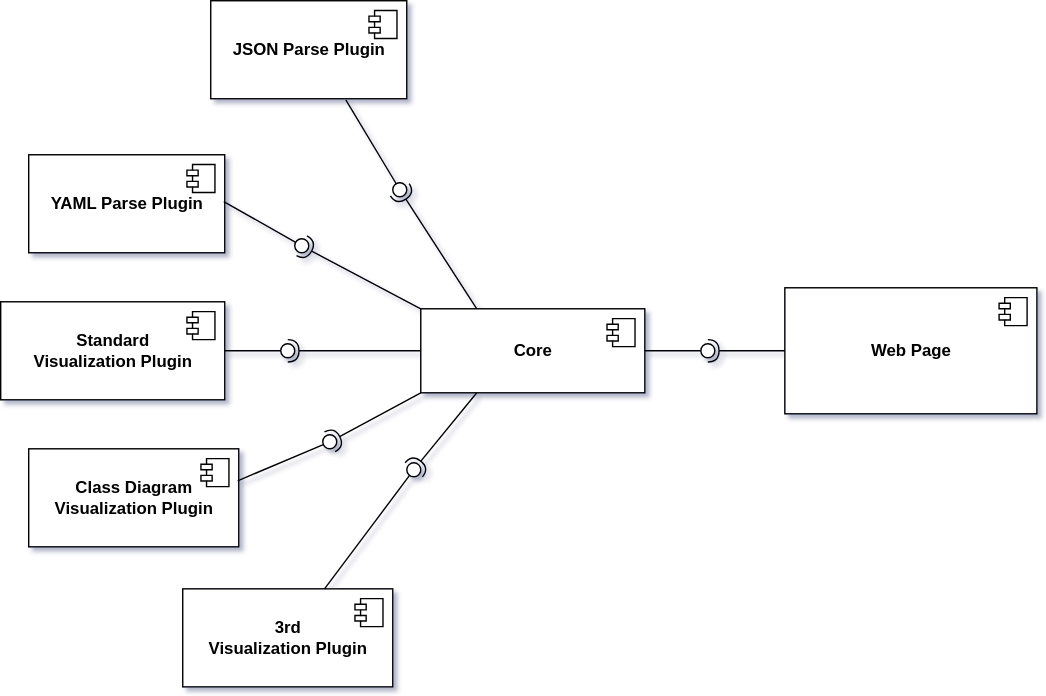
The draw.io diagram docs/component_diagram.drawio.svg in gazdicdanica/SOK, before a commit. Source tidied: cells renumbered, new cells last; positions are measured from the earlier drawing's top-left corner, leaving out a move shared by most shapes. Source of this version:
```xml
<mxGraphModel>
  <root>
    <mxCell id="0" />
    <mxCell id="1" parent="0" />
    <mxCell id="2" value="&lt;b&gt;Core&lt;br&gt;&lt;/b&gt;" style="html=1;" parent="1" vertex="1">
      <mxGeometry x="300" y="220" width="160" height="60" as="geometry" />
    </mxCell>
    <mxCell id="3" style="shape=module;jettyWidth=8;jettyHeight=4;" parent="2" vertex="1">
      <mxGeometry x="1" width="20" height="20" relative="1" as="geometry">
        <mxPoint x="-27" y="7" as="offset" />
      </mxGeometry>
    </mxCell>
    <mxCell id="4" value="&lt;b&gt;JSON Parse Plugin&lt;/b&gt;" style="html=1;" parent="1" vertex="1">
      <mxGeometry x="150" width="140" height="70" as="geometry" />
    </mxCell>
    <mxCell id="5" style="shape=module;jettyWidth=8;jettyHeight=4;" parent="4" vertex="1">
      <mxGeometry x="1" width="20" height="20" relative="1" as="geometry">
        <mxPoint x="-27" y="7" as="offset" />
      </mxGeometry>
    </mxCell>
    <mxCell id="6" value="&lt;b&gt;YAML Parse Plugin&lt;/b&gt;" style="html=1;" parent="1" vertex="1">
      <mxGeometry x="20" y="110" width="140" height="70" as="geometry" />
    </mxCell>
    <mxCell id="7" style="shape=module;jettyWidth=8;jettyHeight=4;" parent="6" vertex="1">
      <mxGeometry x="1" width="20" height="20" relative="1" as="geometry">
        <mxPoint x="-27" y="7" as="offset" />
      </mxGeometry>
    </mxCell>
    <mxCell id="8" value="&lt;b&gt;Standard &lt;br&gt;Visualization Plugin&lt;br&gt;&lt;/b&gt;" style="html=1;" parent="1" vertex="1">
      <mxGeometry y="215" width="160" height="70" as="geometry" />
    </mxCell>
    <mxCell id="9" style="shape=module;jettyWidth=8;jettyHeight=4;" parent="8" vertex="1">
      <mxGeometry x="1" width="20" height="20" relative="1" as="geometry">
        <mxPoint x="-27" y="7" as="offset" />
      </mxGeometry>
    </mxCell>
    <mxCell id="10" value="&lt;b&gt;Class Diagram &lt;br&gt;Visualization Plugin&lt;br&gt;&lt;/b&gt;" style="html=1;" parent="1" vertex="1">
      <mxGeometry x="20" y="320" width="150" height="70" as="geometry" />
    </mxCell>
    <mxCell id="11" style="shape=module;jettyWidth=8;jettyHeight=4;" parent="10" vertex="1">
      <mxGeometry x="1" width="20" height="20" relative="1" as="geometry">
        <mxPoint x="-27" y="7" as="offset" />
      </mxGeometry>
    </mxCell>
    <mxCell id="12" value="&lt;b&gt;3rd&lt;br&gt;Visualization Plugin&lt;br&gt;&lt;/b&gt;" style="html=1;" parent="1" vertex="1">
      <mxGeometry x="130" y="420" width="150" height="70" as="geometry" />
    </mxCell>
    <mxCell id="13" style="shape=module;jettyWidth=8;jettyHeight=4;" parent="12" vertex="1">
      <mxGeometry x="1" width="20" height="20" relative="1" as="geometry">
        <mxPoint x="-27" y="7" as="offset" />
      </mxGeometry>
    </mxCell>
    <mxCell id="14" style="rounded=0;jettySize=auto;html=1;endArrow=none;endFill=0;sketch=0;sourcePerimeterSpacing=0;targetPerimeterSpacing=0;" parent="1" edge="1" source="12" target="16">
      <mxGeometry relative="1" as="geometry" />
    </mxCell>
    <mxCell id="15" style="rounded=0;jettySize=auto;html=1;endArrow=halfCircle;endFill=0;entryX=0.5;entryY=0.5;endSize=6;strokeWidth=1;sketch=0;exitX=0.25;exitY=1;exitDx=0;exitDy=0;" parent="1" edge="1" source="2" target="16">
      <mxGeometry relative="1" as="geometry" />
    </mxCell>
    <mxCell id="16" style="ellipse;whiteSpace=wrap;html=1;align=center;points=[];outlineConnect=0;sketch=0;" parent="1" vertex="1">
      <mxGeometry x="290" y="330" width="10" height="10" as="geometry" />
    </mxCell>
    <mxCell id="17" style="rounded=0;jettySize=auto;html=1;endArrow=none;endFill=0;sketch=0;sourcePerimeterSpacing=0;targetPerimeterSpacing=0;exitX=0.995;exitY=0.326;exitDx=0;exitDy=0;exitPerimeter=0;" parent="1" edge="1" source="10" target="19">
      <mxGeometry relative="1" as="geometry" />
    </mxCell>
    <mxCell id="18" style="rounded=0;jettySize=auto;html=1;endArrow=halfCircle;endFill=0;entryX=0.5;entryY=0.5;endSize=6;strokeWidth=1;sketch=0;exitX=0;exitY=1;exitDx=0;exitDy=0;" parent="1" edge="1" source="2" target="19">
      <mxGeometry relative="1" as="geometry" />
    </mxCell>
    <mxCell id="19" style="ellipse;whiteSpace=wrap;html=1;align=center;points=[];outlineConnect=0;sketch=0;" parent="1" vertex="1">
      <mxGeometry x="230" y="310" width="10" height="10" as="geometry" />
    </mxCell>
    <mxCell id="20" style="rounded=0;jettySize=auto;html=1;endArrow=none;endFill=0;sketch=0;sourcePerimeterSpacing=0;targetPerimeterSpacing=0;exitX=1;exitY=0.5;exitDx=0;exitDy=0;" parent="1" edge="1" source="8" target="22">
      <mxGeometry relative="1" as="geometry" />
    </mxCell>
    <mxCell id="21" style="rounded=0;jettySize=auto;html=1;endArrow=halfCircle;endFill=0;entryX=0.5;entryY=0.5;endSize=6;strokeWidth=1;sketch=0;exitX=0;exitY=0.5;exitDx=0;exitDy=0;" parent="1" edge="1" source="2" target="22">
      <mxGeometry relative="1" as="geometry" />
    </mxCell>
    <mxCell id="22" style="ellipse;whiteSpace=wrap;html=1;align=center;points=[];outlineConnect=0;sketch=0;" parent="1" vertex="1">
      <mxGeometry x="200" y="245" width="10" height="10" as="geometry" />
    </mxCell>
    <mxCell id="23" style="rounded=0;jettySize=auto;html=1;endArrow=none;endFill=0;sketch=0;sourcePerimeterSpacing=0;targetPerimeterSpacing=0;exitX=0.995;exitY=0.477;exitDx=0;exitDy=0;exitPerimeter=0;" parent="1" edge="1" source="6" target="25">
      <mxGeometry relative="1" as="geometry" />
    </mxCell>
    <mxCell id="24" style="rounded=0;jettySize=auto;html=1;endArrow=halfCircle;endFill=0;entryX=0.5;entryY=0.5;endSize=6;strokeWidth=1;sketch=0;exitX=0;exitY=0;exitDx=0;exitDy=0;" parent="1" edge="1" source="2" target="25">
      <mxGeometry relative="1" as="geometry" />
    </mxCell>
    <mxCell id="25" style="ellipse;whiteSpace=wrap;html=1;align=center;points=[];outlineConnect=0;sketch=0;" parent="1" vertex="1">
      <mxGeometry x="210" y="170" width="10" height="10" as="geometry" />
    </mxCell>
    <mxCell id="26" style="rounded=0;jettySize=auto;html=1;endArrow=none;endFill=0;sketch=0;sourcePerimeterSpacing=0;targetPerimeterSpacing=0;exitX=0.689;exitY=1.011;exitDx=0;exitDy=0;exitPerimeter=0;" parent="1" edge="1" source="4" target="28">
      <mxGeometry relative="1" as="geometry" />
    </mxCell>
    <mxCell id="27" style="rounded=0;jettySize=auto;html=1;endArrow=halfCircle;endFill=0;entryX=0.5;entryY=0.5;endSize=6;strokeWidth=1;sketch=0;exitX=0.25;exitY=0;exitDx=0;exitDy=0;" parent="1" edge="1" source="2" target="28">
      <mxGeometry relative="1" as="geometry" />
    </mxCell>
    <mxCell id="28" style="ellipse;whiteSpace=wrap;html=1;align=center;points=[];outlineConnect=0;sketch=0;" parent="1" vertex="1">
      <mxGeometry x="280" y="130" width="10" height="10" as="geometry" />
    </mxCell>
    <mxCell id="29" value="&lt;b&gt;Web Page&lt;/b&gt;" style="html=1;" parent="1" vertex="1">
      <mxGeometry x="560" y="205" width="180" height="90" as="geometry" />
    </mxCell>
    <mxCell id="30" style="shape=module;jettyWidth=8;jettyHeight=4;" parent="29" vertex="1">
      <mxGeometry x="1" width="20" height="20" relative="1" as="geometry">
        <mxPoint x="-27" y="7" as="offset" />
      </mxGeometry>
    </mxCell>
    <mxCell id="31" style="rounded=0;jettySize=auto;html=1;endArrow=none;endFill=0;sketch=0;sourcePerimeterSpacing=0;targetPerimeterSpacing=0;exitX=1;exitY=0.5;exitDx=0;exitDy=0;" parent="1" edge="1" source="2" target="33">
      <mxGeometry relative="1" as="geometry" />
    </mxCell>
    <mxCell id="32" style="rounded=0;jettySize=auto;html=1;endArrow=halfCircle;endFill=0;entryX=0.5;entryY=0.5;endSize=6;strokeWidth=1;sketch=0;exitX=0;exitY=0.5;exitDx=0;exitDy=0;" parent="1" edge="1" source="29" target="33">
      <mxGeometry relative="1" as="geometry" />
    </mxCell>
    <mxCell id="33" style="ellipse;whiteSpace=wrap;html=1;align=center;points=[];outlineConnect=0;sketch=0;" parent="1" vertex="1">
      <mxGeometry x="500" y="245" width="10" height="10" as="geometry" />
    </mxCell>
  </root>
</mxGraphModel>
```
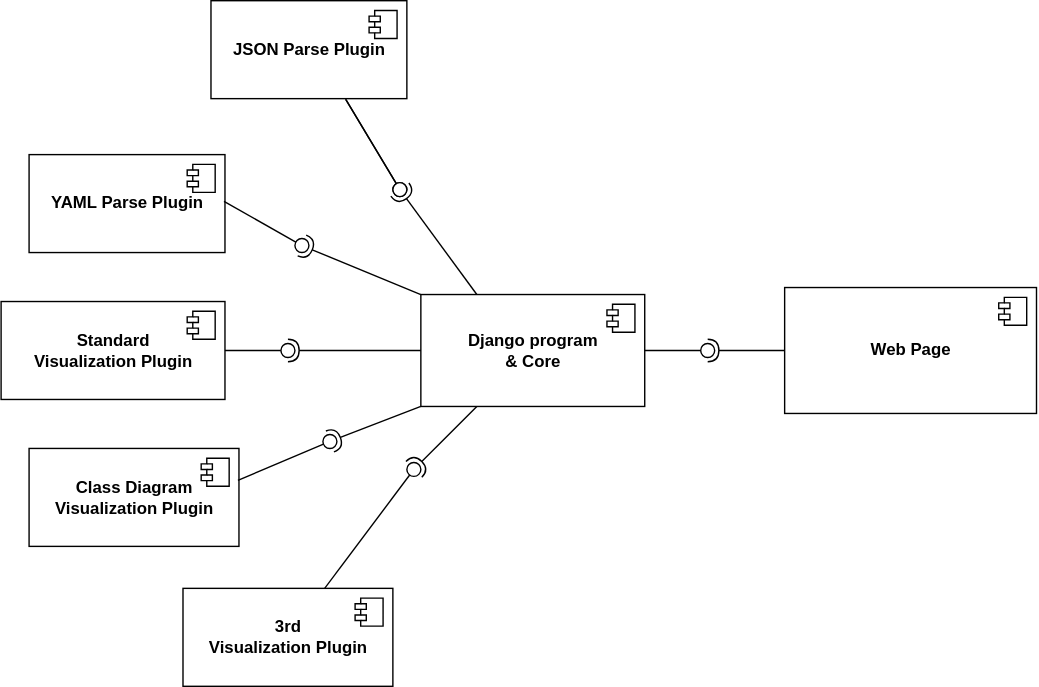
Above is the later version.

Commit message:
#1 docs: Fix component diagram label

What changed in the source:
```diff
@@ -2,8 +2,8 @@
   <root>
     <mxCell id="0" />
     <mxCell id="1" parent="0" />
-    <mxCell id="2" value="&lt;b&gt;Core&lt;br&gt;&lt;/b&gt;" style="html=1;" parent="1" vertex="1">
-      <mxGeometry x="300" y="220" width="160" height="60" as="geometry" />
+    <mxCell id="2" value="&lt;b&gt;Django program &lt;br&gt;&amp;amp; Core&lt;br&gt;&lt;/b&gt;" style="html=1;" parent="1" vertex="1">
+      <mxGeometry x="300" y="210" width="160" height="80" as="geometry" />
     </mxCell>
     <mxCell id="3" style="shape=module;jettyWidth=8;jettyHeight=4;" parent="2" vertex="1">
       <mxGeometry x="1" width="20" height="20" relative="1" as="geometry">
@@ -112,5 +112,11 @@
     <mxCell id="33" style="ellipse;whiteSpace=wrap;html=1;align=center;points=[];outlineConnect=0;sketch=0;" parent="1" vertex="1">
       <mxGeometry x="500" y="245" width="10" height="10" as="geometry" />
     </mxCell>
+    <mxCell id="34" style="rounded=0;jettySize=auto;html=1;endArrow=none;endFill=0;sketch=0;sourcePerimeterSpacing=0;targetPerimeterSpacing=0;exitX=0.687;exitY=1.006;exitDx=0;exitDy=0;exitPerimeter=0;" parent="1" edge="1" source="4" target="35">
+      <mxGeometry relative="1" as="geometry" />
+    </mxCell>
+    <mxCell id="35" style="ellipse;whiteSpace=wrap;html=1;align=center;points=[];outlineConnect=0;sketch=0;" parent="1" vertex="1">
+      <mxGeometry x="280" y="130" width="10" height="10" as="geometry" />
+    </mxCell>
   </root>
 </mxGraphModel>
```
